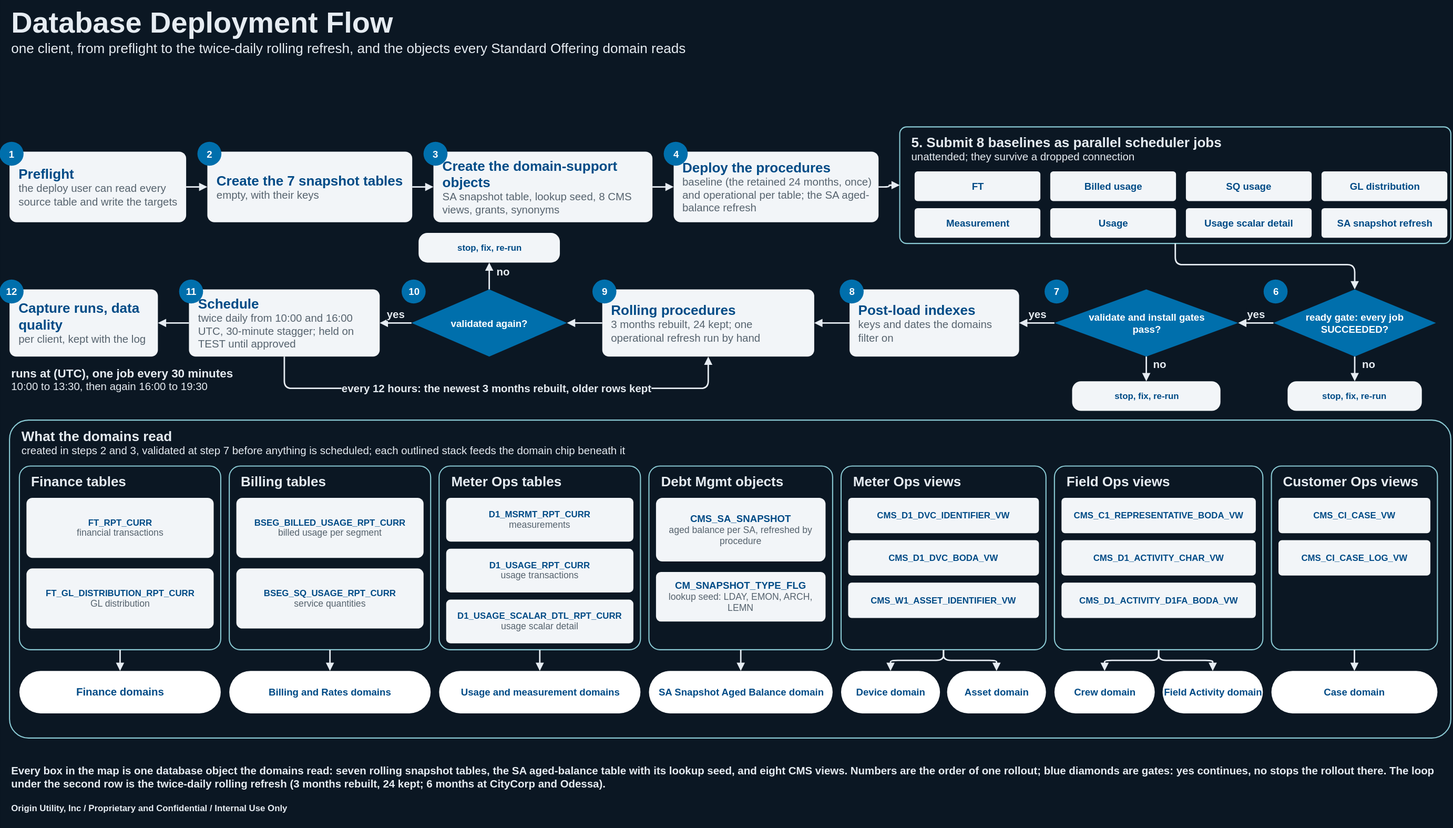
chasepowers59/OriginBA keeps this draw.io diagram as jaspersoft/docs/deployment_deck/visuals/database_deployment_flow.drawio.svg. Above is the earlier version. Source tidied: cells renumbered, new cells last; positions are measured from the earlier drawing's top-left corner, leaving out a move shared by most shapes.
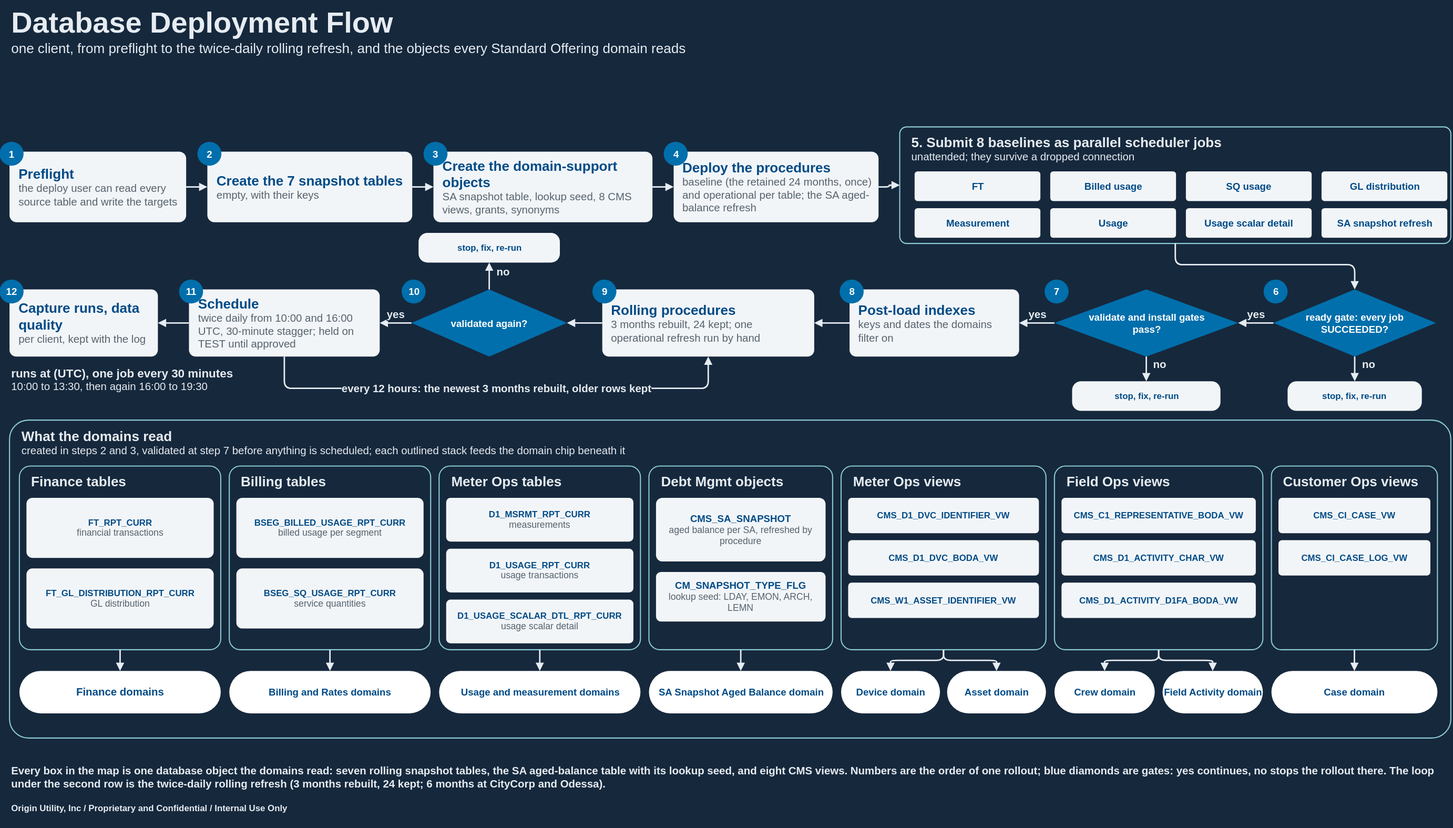
The same file after the commit.

Change to the diagram source:
```diff
@@ -1,4 +1,4 @@
-<mxGraphModel background="#0B1723">
+<mxGraphModel background="#16283C">
   <root>
     <mxCell id="0" />
     <mxCell id="1" parent="0" />
@@ -104,19 +104,19 @@
     <mxCell id="35" value="Case domain" style="html=1;whiteSpace=wrap;fontFamily=Arial;rounded=1;arcSize=50;fillColor=#FFFFFF;strokeColor=none;fontColor=#004B86;fontStyle=1;fontSize=13.3;" parent="2" vertex="1">
       <mxGeometry x="1714.6" y="340.8" width="225.6" height="57.6" as="geometry" />
     </mxCell>
-    <mxCell id="36" style="html=1;whiteSpace=nowrap;fontFamily=Arial;edgeStyle=orthogonalEdgeStyle;rounded=1;strokeColor=#E6ECF2;strokeWidth=2;endArrow=block;endFill=1;fontColor=#E6ECF2;fontSize=14.6;fontStyle=1;labelBackgroundColor=#0B1723;" parent="2" edge="1" source="11" target="27">
+    <mxCell id="36" style="html=1;whiteSpace=nowrap;fontFamily=Arial;edgeStyle=orthogonalEdgeStyle;rounded=1;strokeColor=#E6ECF2;strokeWidth=2;endArrow=block;endFill=1;fontColor=#E6ECF2;fontSize=14.6;fontStyle=1;labelBackgroundColor=#16283C;" parent="2" edge="1" source="11" target="27">
       <mxGeometry relative="1" as="geometry" />
     </mxCell>
-    <mxCell id="37" style="html=1;whiteSpace=nowrap;fontFamily=Arial;edgeStyle=orthogonalEdgeStyle;rounded=1;strokeColor=#E6ECF2;strokeWidth=2;endArrow=block;endFill=1;fontColor=#E6ECF2;fontSize=14.6;fontStyle=1;labelBackgroundColor=#0B1723;" parent="2" edge="1" source="14" target="28">
+    <mxCell id="37" style="html=1;whiteSpace=nowrap;fontFamily=Arial;edgeStyle=orthogonalEdgeStyle;rounded=1;strokeColor=#E6ECF2;strokeWidth=2;endArrow=block;endFill=1;fontColor=#E6ECF2;fontSize=14.6;fontStyle=1;labelBackgroundColor=#16283C;" parent="2" edge="1" source="14" target="28">
       <mxGeometry relative="1" as="geometry" />
     </mxCell>
-    <mxCell id="38" style="html=1;whiteSpace=nowrap;fontFamily=Arial;edgeStyle=orthogonalEdgeStyle;rounded=1;strokeColor=#E6ECF2;strokeWidth=2;endArrow=block;endFill=1;fontColor=#E6ECF2;fontSize=14.6;fontStyle=1;labelBackgroundColor=#0B1723;" parent="2" edge="1" source="17" target="29">
+    <mxCell id="38" style="html=1;whiteSpace=nowrap;fontFamily=Arial;edgeStyle=orthogonalEdgeStyle;rounded=1;strokeColor=#E6ECF2;strokeWidth=2;endArrow=block;endFill=1;fontColor=#E6ECF2;fontSize=14.6;fontStyle=1;labelBackgroundColor=#16283C;" parent="2" edge="1" source="17" target="29">
       <mxGeometry relative="1" as="geometry" />
     </mxCell>
-    <mxCell id="39" style="html=1;whiteSpace=nowrap;fontFamily=Arial;edgeStyle=orthogonalEdgeStyle;rounded=1;strokeColor=#E6ECF2;strokeWidth=2;endArrow=block;endFill=1;fontColor=#E6ECF2;fontSize=14.6;fontStyle=1;labelBackgroundColor=#0B1723;" parent="2" edge="1" source="21" target="30">
+    <mxCell id="39" style="html=1;whiteSpace=nowrap;fontFamily=Arial;edgeStyle=orthogonalEdgeStyle;rounded=1;strokeColor=#E6ECF2;strokeWidth=2;endArrow=block;endFill=1;fontColor=#E6ECF2;fontSize=14.6;fontStyle=1;labelBackgroundColor=#16283C;" parent="2" edge="1" source="21" target="30">
       <mxGeometry relative="1" as="geometry" />
     </mxCell>
-    <mxCell id="40" style="html=1;whiteSpace=nowrap;fontFamily=Arial;edgeStyle=orthogonalEdgeStyle;rounded=1;strokeColor=#E6ECF2;strokeWidth=2;endArrow=block;endFill=1;fontColor=#E6ECF2;fontSize=14.6;fontStyle=1;labelBackgroundColor=#0B1723;exitX=0.5;exitY=1;exitDx=0;exitDy=0;entryX=0.5;entryY=0;entryDx=0;entryDy=0;" parent="2" edge="1" source="7" target="31">
+    <mxCell id="40" style="html=1;whiteSpace=nowrap;fontFamily=Arial;edgeStyle=orthogonalEdgeStyle;rounded=1;strokeColor=#E6ECF2;strokeWidth=2;endArrow=block;endFill=1;fontColor=#E6ECF2;fontSize=14.6;fontStyle=1;labelBackgroundColor=#16283C;exitX=0.5;exitY=1;exitDx=0;exitDy=0;entryX=0.5;entryY=0;entryDx=0;entryDy=0;" parent="2" edge="1" source="7" target="31">
       <mxGeometry relative="1" as="geometry">
         <Array as="points">
           <mxPoint x="1269.1" y="326.4" />
@@ -124,7 +124,7 @@
         </Array>
       </mxGeometry>
     </mxCell>
-    <mxCell id="41" style="html=1;whiteSpace=nowrap;fontFamily=Arial;edgeStyle=orthogonalEdgeStyle;rounded=1;strokeColor=#E6ECF2;strokeWidth=2;endArrow=block;endFill=1;fontColor=#E6ECF2;fontSize=14.6;fontStyle=1;labelBackgroundColor=#0B1723;exitX=0.5;exitY=1;exitDx=0;exitDy=0;entryX=0.5;entryY=0;entryDx=0;entryDy=0;" parent="2" edge="1" source="7" target="32">
+    <mxCell id="41" style="html=1;whiteSpace=nowrap;fontFamily=Arial;edgeStyle=orthogonalEdgeStyle;rounded=1;strokeColor=#E6ECF2;strokeWidth=2;endArrow=block;endFill=1;fontColor=#E6ECF2;fontSize=14.6;fontStyle=1;labelBackgroundColor=#16283C;exitX=0.5;exitY=1;exitDx=0;exitDy=0;entryX=0.5;entryY=0;entryDx=0;entryDy=0;" parent="2" edge="1" source="7" target="32">
       <mxGeometry relative="1" as="geometry">
         <Array as="points">
           <mxPoint x="1269.1" y="326.4" />
@@ -132,7 +132,7 @@
         </Array>
       </mxGeometry>
     </mxCell>
-    <mxCell id="42" style="html=1;whiteSpace=nowrap;fontFamily=Arial;edgeStyle=orthogonalEdgeStyle;rounded=1;strokeColor=#E6ECF2;strokeWidth=2;endArrow=block;endFill=1;fontColor=#E6ECF2;fontSize=14.6;fontStyle=1;labelBackgroundColor=#0B1723;exitX=0.5;exitY=1;exitDx=0;exitDy=0;entryX=0.5;entryY=0;entryDx=0;entryDy=0;" parent="2" edge="1" source="3" target="33">
+    <mxCell id="42" style="html=1;whiteSpace=nowrap;fontFamily=Arial;edgeStyle=orthogonalEdgeStyle;rounded=1;strokeColor=#E6ECF2;strokeWidth=2;endArrow=block;endFill=1;fontColor=#E6ECF2;fontSize=14.6;fontStyle=1;labelBackgroundColor=#16283C;exitX=0.5;exitY=1;exitDx=0;exitDy=0;entryX=0.5;entryY=0;entryDx=0;entryDy=0;" parent="2" edge="1" source="3" target="33">
       <mxGeometry relative="1" as="geometry">
         <Array as="points">
           <mxPoint x="1561.4" y="326.4" />
@@ -140,7 +140,7 @@
         </Array>
       </mxGeometry>
     </mxCell>
-    <mxCell id="43" style="html=1;whiteSpace=nowrap;fontFamily=Arial;edgeStyle=orthogonalEdgeStyle;rounded=1;strokeColor=#E6ECF2;strokeWidth=2;endArrow=block;endFill=1;fontColor=#E6ECF2;fontSize=14.6;fontStyle=1;labelBackgroundColor=#0B1723;exitX=0.5;exitY=1;exitDx=0;exitDy=0;entryX=0.5;entryY=0;entryDx=0;entryDy=0;" parent="2" edge="1" source="3" target="34">
+    <mxCell id="43" style="html=1;whiteSpace=nowrap;fontFamily=Arial;edgeStyle=orthogonalEdgeStyle;rounded=1;strokeColor=#E6ECF2;strokeWidth=2;endArrow=block;endFill=1;fontColor=#E6ECF2;fontSize=14.6;fontStyle=1;labelBackgroundColor=#16283C;exitX=0.5;exitY=1;exitDx=0;exitDy=0;entryX=0.5;entryY=0;entryDx=0;entryDy=0;" parent="2" edge="1" source="3" target="34">
       <mxGeometry relative="1" as="geometry">
         <Array as="points">
           <mxPoint x="1561.4" y="326.4" />
@@ -148,7 +148,7 @@
         </Array>
       </mxGeometry>
     </mxCell>
-    <mxCell id="44" style="html=1;whiteSpace=nowrap;fontFamily=Arial;edgeStyle=orthogonalEdgeStyle;rounded=1;strokeColor=#E6ECF2;strokeWidth=2;endArrow=block;endFill=1;fontColor=#E6ECF2;fontSize=14.6;fontStyle=1;labelBackgroundColor=#0B1723;" parent="2" edge="1" source="24" target="35">
+    <mxCell id="44" style="html=1;whiteSpace=nowrap;fontFamily=Arial;edgeStyle=orthogonalEdgeStyle;rounded=1;strokeColor=#E6ECF2;strokeWidth=2;endArrow=block;endFill=1;fontColor=#E6ECF2;fontSize=14.6;fontStyle=1;labelBackgroundColor=#16283C;" parent="2" edge="1" source="24" target="35">
       <mxGeometry relative="1" as="geometry" />
     </mxCell>
     <mxCell id="45" value="&lt;b&gt;&lt;font style=&quot;font-size:18.6px&quot; color=&quot;#E6ECF2&quot;&gt;5. Submit 8 baselines as parallel scheduler jobs&lt;/font&gt;&lt;/b&gt;&lt;br&gt;&lt;font style=&quot;font-size:14.6px&quot; color=&quot;#E6ECF2&quot;&gt;unattended; they survive a dropped connection&lt;/font&gt;" style="html=1;whiteSpace=wrap;fontFamily=Arial;rounded=1;arcSize=6;fillColor=none;strokeColor=#8ACAD4;strokeWidth=1.5;align=left;verticalAlign=top;spacingLeft=14;spacingTop=4;fontColor=#E6ECF2;" parent="1" vertex="1">
@@ -256,19 +256,19 @@
     <mxCell id="79" value="&lt;b&gt;&lt;font style=&quot;font-size:16px&quot; color=&quot;#E6ECF2&quot;&gt;runs at (UTC), one job every 30 minutes&lt;/font&gt;&lt;/b&gt;&lt;br&gt;&lt;font style=&quot;font-size:14.6px&quot; color=&quot;#E6ECF2&quot;&gt;10:00 to 13:30, then again 16:00 to 19:30&lt;/font&gt;" style="html=1;whiteSpace=wrap;fontFamily=Arial;text;fillColor=none;strokeColor=none;align=left;verticalAlign=top;fontColor=#E6ECF2;" parent="1" vertex="1">
       <mxGeometry x="13.8" y="491.1" width="364.8" height="57.6" as="geometry" />
     </mxCell>
-    <mxCell id="80" style="html=1;whiteSpace=nowrap;fontFamily=Arial;edgeStyle=orthogonalEdgeStyle;rounded=1;strokeColor=#E6ECF2;strokeWidth=2;endArrow=block;endFill=1;fontColor=#E6ECF2;fontSize=14.6;fontStyle=1;labelBackgroundColor=#0B1723;" parent="1" edge="1" source="54" target="56">
+    <mxCell id="80" style="html=1;whiteSpace=nowrap;fontFamily=Arial;edgeStyle=orthogonalEdgeStyle;rounded=1;strokeColor=#E6ECF2;strokeWidth=2;endArrow=block;endFill=1;fontColor=#E6ECF2;fontSize=14.6;fontStyle=1;labelBackgroundColor=#16283C;" parent="1" edge="1" source="54" target="56">
       <mxGeometry relative="1" as="geometry" />
     </mxCell>
-    <mxCell id="81" style="html=1;whiteSpace=nowrap;fontFamily=Arial;edgeStyle=orthogonalEdgeStyle;rounded=1;strokeColor=#E6ECF2;strokeWidth=2;endArrow=block;endFill=1;fontColor=#E6ECF2;fontSize=14.6;fontStyle=1;labelBackgroundColor=#0B1723;" parent="1" edge="1" source="56" target="58">
+    <mxCell id="81" style="html=1;whiteSpace=nowrap;fontFamily=Arial;edgeStyle=orthogonalEdgeStyle;rounded=1;strokeColor=#E6ECF2;strokeWidth=2;endArrow=block;endFill=1;fontColor=#E6ECF2;fontSize=14.6;fontStyle=1;labelBackgroundColor=#16283C;" parent="1" edge="1" source="56" target="58">
       <mxGeometry relative="1" as="geometry" />
     </mxCell>
-    <mxCell id="82" style="html=1;whiteSpace=nowrap;fontFamily=Arial;edgeStyle=orthogonalEdgeStyle;rounded=1;strokeColor=#E6ECF2;strokeWidth=2;endArrow=block;endFill=1;fontColor=#E6ECF2;fontSize=14.6;fontStyle=1;labelBackgroundColor=#0B1723;" parent="1" edge="1" source="58" target="60">
+    <mxCell id="82" style="html=1;whiteSpace=nowrap;fontFamily=Arial;edgeStyle=orthogonalEdgeStyle;rounded=1;strokeColor=#E6ECF2;strokeWidth=2;endArrow=block;endFill=1;fontColor=#E6ECF2;fontSize=14.6;fontStyle=1;labelBackgroundColor=#16283C;" parent="1" edge="1" source="58" target="60">
       <mxGeometry relative="1" as="geometry" />
     </mxCell>
-    <mxCell id="83" style="html=1;whiteSpace=nowrap;fontFamily=Arial;edgeStyle=orthogonalEdgeStyle;rounded=1;strokeColor=#E6ECF2;strokeWidth=2;endArrow=block;endFill=1;fontColor=#E6ECF2;fontSize=14.6;fontStyle=1;labelBackgroundColor=#0B1723;" parent="1" edge="1" source="60" target="45">
+    <mxCell id="83" style="html=1;whiteSpace=nowrap;fontFamily=Arial;edgeStyle=orthogonalEdgeStyle;rounded=1;strokeColor=#E6ECF2;strokeWidth=2;endArrow=block;endFill=1;fontColor=#E6ECF2;fontSize=14.6;fontStyle=1;labelBackgroundColor=#16283C;" parent="1" edge="1" source="60" target="45">
       <mxGeometry relative="1" as="geometry" />
     </mxCell>
-    <mxCell id="84" style="html=1;whiteSpace=nowrap;fontFamily=Arial;edgeStyle=orthogonalEdgeStyle;rounded=1;strokeColor=#E6ECF2;strokeWidth=2;endArrow=block;endFill=1;fontColor=#E6ECF2;fontSize=14.6;fontStyle=1;labelBackgroundColor=#0B1723;exitX=0.5;exitY=1;exitDx=0;exitDy=0;entryX=0.5;entryY=0;entryDx=0;entryDy=0;" parent="1" edge="1" source="45" target="62">
+    <mxCell id="84" style="html=1;whiteSpace=nowrap;fontFamily=Arial;edgeStyle=orthogonalEdgeStyle;rounded=1;strokeColor=#E6ECF2;strokeWidth=2;endArrow=block;endFill=1;fontColor=#E6ECF2;fontSize=14.6;fontStyle=1;labelBackgroundColor=#16283C;exitX=0.5;exitY=1;exitDx=0;exitDy=0;entryX=0.5;entryY=0;entryDx=0;entryDy=0;" parent="1" edge="1" source="45" target="62">
       <mxGeometry relative="1" as="geometry">
         <Array as="points">
           <mxPoint x="1597.8" y="359.6" />
@@ -276,46 +276,46 @@
         </Array>
       </mxGeometry>
     </mxCell>
-    <mxCell id="85" value="no" style="html=1;whiteSpace=nowrap;fontFamily=Arial;edgeStyle=orthogonalEdgeStyle;rounded=1;strokeColor=#E6ECF2;strokeWidth=2;endArrow=block;endFill=1;fontColor=#E6ECF2;fontSize=14.6;fontStyle=1;labelBackgroundColor=#0B1723;" parent="1" edge="1" source="62" target="64">
+    <mxCell id="85" value="no" style="html=1;whiteSpace=nowrap;fontFamily=Arial;edgeStyle=orthogonalEdgeStyle;rounded=1;strokeColor=#E6ECF2;strokeWidth=2;endArrow=block;endFill=1;fontColor=#E6ECF2;fontSize=14.6;fontStyle=1;labelBackgroundColor=#16283C;" parent="1" edge="1" source="62" target="64">
       <mxGeometry relative="1" as="geometry">
         <mxPoint x="18" y="-6" as="offset" />
       </mxGeometry>
     </mxCell>
-    <mxCell id="86" value="yes" style="html=1;whiteSpace=nowrap;fontFamily=Arial;edgeStyle=orthogonalEdgeStyle;rounded=1;strokeColor=#E6ECF2;strokeWidth=2;endArrow=block;endFill=1;fontColor=#E6ECF2;fontSize=14.6;fontStyle=1;labelBackgroundColor=#0B1723;" parent="1" edge="1" source="62" target="65">
+    <mxCell id="86" value="yes" style="html=1;whiteSpace=nowrap;fontFamily=Arial;edgeStyle=orthogonalEdgeStyle;rounded=1;strokeColor=#E6ECF2;strokeWidth=2;endArrow=block;endFill=1;fontColor=#E6ECF2;fontSize=14.6;fontStyle=1;labelBackgroundColor=#16283C;" parent="1" edge="1" source="62" target="65">
       <mxGeometry relative="1" as="geometry">
         <mxPoint y="-12" as="offset" />
       </mxGeometry>
     </mxCell>
-    <mxCell id="87" value="no" style="html=1;whiteSpace=nowrap;fontFamily=Arial;edgeStyle=orthogonalEdgeStyle;rounded=1;strokeColor=#E6ECF2;strokeWidth=2;endArrow=block;endFill=1;fontColor=#E6ECF2;fontSize=14.6;fontStyle=1;labelBackgroundColor=#0B1723;" parent="1" edge="1" source="65" target="67">
+    <mxCell id="87" value="no" style="html=1;whiteSpace=nowrap;fontFamily=Arial;edgeStyle=orthogonalEdgeStyle;rounded=1;strokeColor=#E6ECF2;strokeWidth=2;endArrow=block;endFill=1;fontColor=#E6ECF2;fontSize=14.6;fontStyle=1;labelBackgroundColor=#16283C;" parent="1" edge="1" source="65" target="67">
       <mxGeometry relative="1" as="geometry">
         <mxPoint x="18" y="-6" as="offset" />
       </mxGeometry>
     </mxCell>
-    <mxCell id="88" value="yes" style="html=1;whiteSpace=nowrap;fontFamily=Arial;edgeStyle=orthogonalEdgeStyle;rounded=1;strokeColor=#E6ECF2;strokeWidth=2;endArrow=block;endFill=1;fontColor=#E6ECF2;fontSize=14.6;fontStyle=1;labelBackgroundColor=#0B1723;" parent="1" edge="1" source="65" target="68">
+    <mxCell id="88" value="yes" style="html=1;whiteSpace=nowrap;fontFamily=Arial;edgeStyle=orthogonalEdgeStyle;rounded=1;strokeColor=#E6ECF2;strokeWidth=2;endArrow=block;endFill=1;fontColor=#E6ECF2;fontSize=14.6;fontStyle=1;labelBackgroundColor=#16283C;" parent="1" edge="1" source="65" target="68">
       <mxGeometry relative="1" as="geometry">
         <mxPoint y="-12" as="offset" />
       </mxGeometry>
     </mxCell>
-    <mxCell id="89" style="html=1;whiteSpace=nowrap;fontFamily=Arial;edgeStyle=orthogonalEdgeStyle;rounded=1;strokeColor=#E6ECF2;strokeWidth=2;endArrow=block;endFill=1;fontColor=#E6ECF2;fontSize=14.6;fontStyle=1;labelBackgroundColor=#0B1723;" parent="1" edge="1" source="68" target="70">
+    <mxCell id="89" style="html=1;whiteSpace=nowrap;fontFamily=Arial;edgeStyle=orthogonalEdgeStyle;rounded=1;strokeColor=#E6ECF2;strokeWidth=2;endArrow=block;endFill=1;fontColor=#E6ECF2;fontSize=14.6;fontStyle=1;labelBackgroundColor=#16283C;" parent="1" edge="1" source="68" target="70">
       <mxGeometry relative="1" as="geometry" />
     </mxCell>
-    <mxCell id="90" style="html=1;whiteSpace=nowrap;fontFamily=Arial;edgeStyle=orthogonalEdgeStyle;rounded=1;strokeColor=#E6ECF2;strokeWidth=2;endArrow=block;endFill=1;fontColor=#E6ECF2;fontSize=14.6;fontStyle=1;labelBackgroundColor=#0B1723;" parent="1" edge="1" source="70" target="72">
+    <mxCell id="90" style="html=1;whiteSpace=nowrap;fontFamily=Arial;edgeStyle=orthogonalEdgeStyle;rounded=1;strokeColor=#E6ECF2;strokeWidth=2;endArrow=block;endFill=1;fontColor=#E6ECF2;fontSize=14.6;fontStyle=1;labelBackgroundColor=#16283C;" parent="1" edge="1" source="70" target="72">
       <mxGeometry relative="1" as="geometry" />
     </mxCell>
-    <mxCell id="91" value="no" style="html=1;whiteSpace=nowrap;fontFamily=Arial;edgeStyle=orthogonalEdgeStyle;rounded=1;strokeColor=#E6ECF2;strokeWidth=2;endArrow=block;endFill=1;fontColor=#E6ECF2;fontSize=14.6;fontStyle=1;labelBackgroundColor=#0B1723;" parent="1" edge="1" source="72" target="74">
+    <mxCell id="91" value="no" style="html=1;whiteSpace=nowrap;fontFamily=Arial;edgeStyle=orthogonalEdgeStyle;rounded=1;strokeColor=#E6ECF2;strokeWidth=2;endArrow=block;endFill=1;fontColor=#E6ECF2;fontSize=14.6;fontStyle=1;labelBackgroundColor=#16283C;" parent="1" edge="1" source="72" target="74">
       <mxGeometry relative="1" as="geometry">
         <mxPoint x="18" y="-6" as="offset" />
       </mxGeometry>
     </mxCell>
-    <mxCell id="92" value="yes" style="html=1;whiteSpace=nowrap;fontFamily=Arial;edgeStyle=orthogonalEdgeStyle;rounded=1;strokeColor=#E6ECF2;strokeWidth=2;endArrow=block;endFill=1;fontColor=#E6ECF2;fontSize=14.6;fontStyle=1;labelBackgroundColor=#0B1723;" parent="1" edge="1" source="72" target="75">
+    <mxCell id="92" value="yes" style="html=1;whiteSpace=nowrap;fontFamily=Arial;edgeStyle=orthogonalEdgeStyle;rounded=1;strokeColor=#E6ECF2;strokeWidth=2;endArrow=block;endFill=1;fontColor=#E6ECF2;fontSize=14.6;fontStyle=1;labelBackgroundColor=#16283C;" parent="1" edge="1" source="72" target="75">
       <mxGeometry relative="1" as="geometry">
         <mxPoint y="-12" as="offset" />
       </mxGeometry>
     </mxCell>
-    <mxCell id="93" style="html=1;whiteSpace=nowrap;fontFamily=Arial;edgeStyle=orthogonalEdgeStyle;rounded=1;strokeColor=#E6ECF2;strokeWidth=2;endArrow=block;endFill=1;fontColor=#E6ECF2;fontSize=14.6;fontStyle=1;labelBackgroundColor=#0B1723;" parent="1" edge="1" source="75" target="77">
+    <mxCell id="93" style="html=1;whiteSpace=nowrap;fontFamily=Arial;edgeStyle=orthogonalEdgeStyle;rounded=1;strokeColor=#E6ECF2;strokeWidth=2;endArrow=block;endFill=1;fontColor=#E6ECF2;fontSize=14.6;fontStyle=1;labelBackgroundColor=#16283C;" parent="1" edge="1" source="75" target="77">
       <mxGeometry relative="1" as="geometry" />
     </mxCell>
-    <mxCell id="94" value="every 12 hours: the newest 3 months rebuilt, older rows kept" style="html=1;whiteSpace=nowrap;fontFamily=Arial;edgeStyle=orthogonalEdgeStyle;rounded=1;strokeColor=#E6ECF2;strokeWidth=2;endArrow=block;endFill=1;fontColor=#E6ECF2;fontSize=14.6;fontStyle=1;labelBackgroundColor=#0B1723;exitX=0.5;exitY=1;exitDx=0;exitDy=0;entryX=0.5;entryY=1;entryDx=0;entryDy=0;" parent="1" edge="1" source="75" target="70">
+    <mxCell id="94" value="every 12 hours: the newest 3 months rebuilt, older rows kept" style="html=1;whiteSpace=nowrap;fontFamily=Arial;edgeStyle=orthogonalEdgeStyle;rounded=1;strokeColor=#E6ECF2;strokeWidth=2;endArrow=block;endFill=1;fontColor=#E6ECF2;fontSize=14.6;fontStyle=1;labelBackgroundColor=#16283C;exitX=0.5;exitY=1;exitDx=0;exitDy=0;entryX=0.5;entryY=1;entryDx=0;entryDy=0;" parent="1" edge="1" source="75" target="70">
       <mxGeometry relative="1" as="geometry">
         <Array as="points">
           <mxPoint x="387.2" y="527.6" />
```
